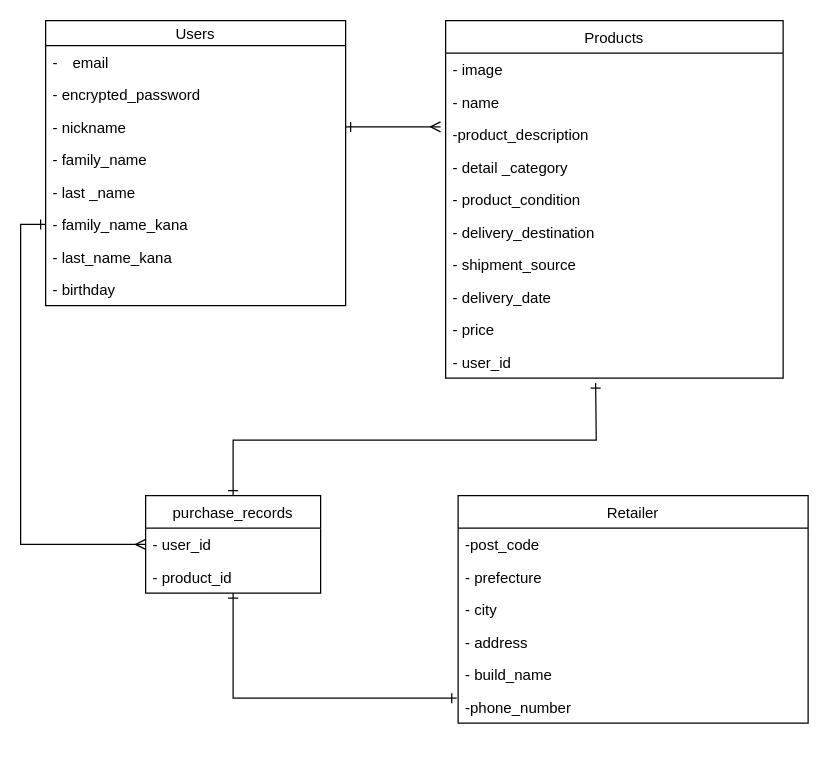
The draw.io diagram furima_36079.dio in ayachuu/furima-36079, before the edit. Source tidied: cells renumbered, new cells numbered last; positions are measured from the earlier drawing's top-left corner, leaving out a move shared by most shapes. Both pictures are drawn from the tidied source at 125%, with x=0, y=0 at pixel (45, 20).
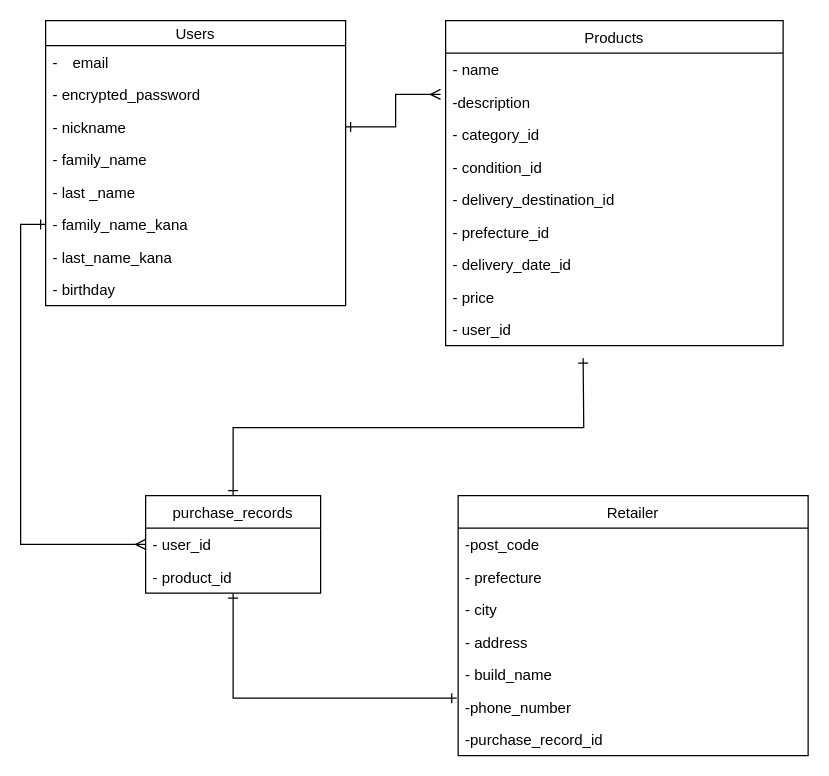
The same page after the edit.

Unchanged cells that the change refers to:
```xml
<mxCell id="32" value="purchase_records" style="swimlane;fontStyle=0;horizontal=1;startSize=26;" parent="1" vertex="1">
  <mxGeometry x="80" y="380" width="140" height="78" as="geometry" />
</mxCell>
```

Diff of the diagram source:
```diff
@@
     <mxCell id="11" value="Products" style="swimlane;fontStyle=0;horizontal=1;startSize=26;rounded=0;sketch=0;" parent="1" vertex="1">
-      <mxGeometry x="320" width="270" height="286" as="geometry" />
+      <mxGeometry x="320" width="270" height="260" as="geometry" />
     </mxCell>
-    <mxCell id="12" value="- image" style="text;strokeColor=none;fillColor=none;align=left;verticalAlign=top;spacingLeft=4;spacingRight=4;overflow=hidden;" parent="11" vertex="1">
-      <mxGeometry y="26" width="270" height="26" as="geometry" />
-    </mxCell>
     <mxCell id="13" value="- name" style="text;strokeColor=none;fillColor=none;align=left;verticalAlign=top;spacingLeft=4;spacingRight=4;overflow=hidden;" parent="11" vertex="1">
-      <mxGeometry y="52" width="270" height="26" as="geometry" />
+      <mxGeometry y="26" width="270" height="26" as="geometry" />
     </mxCell>
-    <mxCell id="14" value="-product_description" style="text;strokeColor=none;fillColor=none;align=left;verticalAlign=top;spacingLeft=4;spacingRight=4;overflow=hidden;points=[[0,0.5],[1,0.5]];portConstraint=eastwest;" parent="11" vertex="1">
-      <mxGeometry y="78" width="270" height="26" as="geometry" />
+    <mxCell id="14" value="-description" style="text;strokeColor=none;fillColor=none;align=left;verticalAlign=top;spacingLeft=4;spacingRight=4;overflow=hidden;points=[[0,0.5],[1,0.5]];portConstraint=eastwest;" parent="11" vertex="1">
+      <mxGeometry y="52" width="270" height="26" as="geometry" />
     </mxCell>
-    <mxCell id="15" value="- detail _category" style="text;strokeColor=none;fillColor=none;align=left;verticalAlign=top;spacingLeft=4;spacingRight=4;overflow=hidden;" parent="11" vertex="1">
-      <mxGeometry y="104" width="270" height="26" as="geometry" />
+    <mxCell id="15" value="- category_id" style="text;strokeColor=none;fillColor=none;align=left;verticalAlign=top;spacingLeft=4;spacingRight=4;overflow=hidden;" parent="11" vertex="1">
+      <mxGeometry y="78" width="270" height="26" as="geometry" />
     </mxCell>
-    <mxCell id="16" value="- product_condition" style="text;strokeColor=none;fillColor=none;align=left;verticalAlign=top;spacingLeft=4;spacingRight=4;overflow=hidden;" parent="11" vertex="1">
-      <mxGeometry y="130" width="270" height="26" as="geometry" />
+    <mxCell id="16" value="- condition_id" style="text;strokeColor=none;fillColor=none;align=left;verticalAlign=top;spacingLeft=4;spacingRight=4;overflow=hidden;" parent="11" vertex="1">
+      <mxGeometry y="104" width="270" height="26" as="geometry" />
     </mxCell>
-    <mxCell id="17" value="- delivery_destination" style="text;strokeColor=none;fillColor=none;align=left;verticalAlign=top;spacingLeft=4;spacingRight=4;overflow=hidden;" parent="11" vertex="1">
-      <mxGeometry y="156" width="270" height="26" as="geometry" />
+    <mxCell id="17" value="- delivery_destination_id" style="text;strokeColor=none;fillColor=none;align=left;verticalAlign=top;spacingLeft=4;spacingRight=4;overflow=hidden;" parent="11" vertex="1">
+      <mxGeometry y="130" width="270" height="26" as="geometry" />
     </mxCell>
-    <mxCell id="18" value="- shipment_source" style="text;strokeColor=none;fillColor=none;align=left;verticalAlign=top;spacingLeft=4;spacingRight=4;overflow=hidden;" parent="11" vertex="1">
-      <mxGeometry y="182" width="270" height="26" as="geometry" />
+    <mxCell id="18" value="- prefecture_id" style="text;strokeColor=none;fillColor=none;align=left;verticalAlign=top;spacingLeft=4;spacingRight=4;overflow=hidden;" parent="11" vertex="1">
+      <mxGeometry y="156" width="270" height="26" as="geometry" />
     </mxCell>
-    <mxCell id="19" value="- delivery_date" style="text;strokeColor=none;fillColor=none;align=left;verticalAlign=top;spacingLeft=4;spacingRight=4;overflow=hidden;" parent="11" vertex="1">
-      <mxGeometry y="208" width="270" height="26" as="geometry" />
+    <mxCell id="19" value="- delivery_date_id" style="text;strokeColor=none;fillColor=none;align=left;verticalAlign=top;spacingLeft=4;spacingRight=4;overflow=hidden;" parent="11" vertex="1">
+      <mxGeometry y="182" width="270" height="26" as="geometry" />
     </mxCell>
     <mxCell id="20" value="- price" style="text;strokeColor=none;fillColor=none;align=left;verticalAlign=top;spacingLeft=4;spacingRight=4;overflow=hidden;" parent="11" vertex="1">
-      <mxGeometry y="234" width="270" height="26" as="geometry" />
+      <mxGeometry y="208" width="270" height="26" as="geometry" />
     </mxCell>
     <mxCell id="21" value="- user_id&#10;" style="text;strokeColor=none;fillColor=none;align=left;verticalAlign=top;spacingLeft=4;spacingRight=4;overflow=hidden;" parent="11" vertex="1">
-      <mxGeometry y="260" width="270" height="26" as="geometry" />
+      <mxGeometry y="234" width="270" height="26" as="geometry" />
     </mxCell>
     <mxCell id="22" value="Retailer" style="swimlane;fontStyle=0;horizontal=1;startSize=26;rounded=0;sketch=0;" parent="1" vertex="1">
-      <mxGeometry x="330" y="380" width="280" height="182" as="geometry" />
+      <mxGeometry x="330" y="380" width="280" height="208" as="geometry" />
     </mxCell>
@@
+    <mxCell id="36" value="-purchase_record_id" style="text;strokeColor=none;fillColor=none;align=left;verticalAlign=top;spacingLeft=4;spacingRight=4;overflow=hidden;" parent="22" vertex="1">
+      <mxGeometry y="182" width="280" height="26" as="geometry" />
+    </mxCell>
@@
     <mxCell id="31" style="edgeStyle=orthogonalEdgeStyle;rounded=0;jettySize=auto;html=1;exitX=0.5;exitY=0;exitDx=0;exitDy=0;startArrow=ERone;startFill=0;endArrow=ERone;endFill=0;" parent="1" edge="1" source="32">
       <mxGeometry relative="1" as="geometry">
-        <mxPoint x="440" y="290" as="targetPoint" />
+        <mxPoint x="430" y="270" as="targetPoint" />
       </mxGeometry>
     </mxCell>
```
